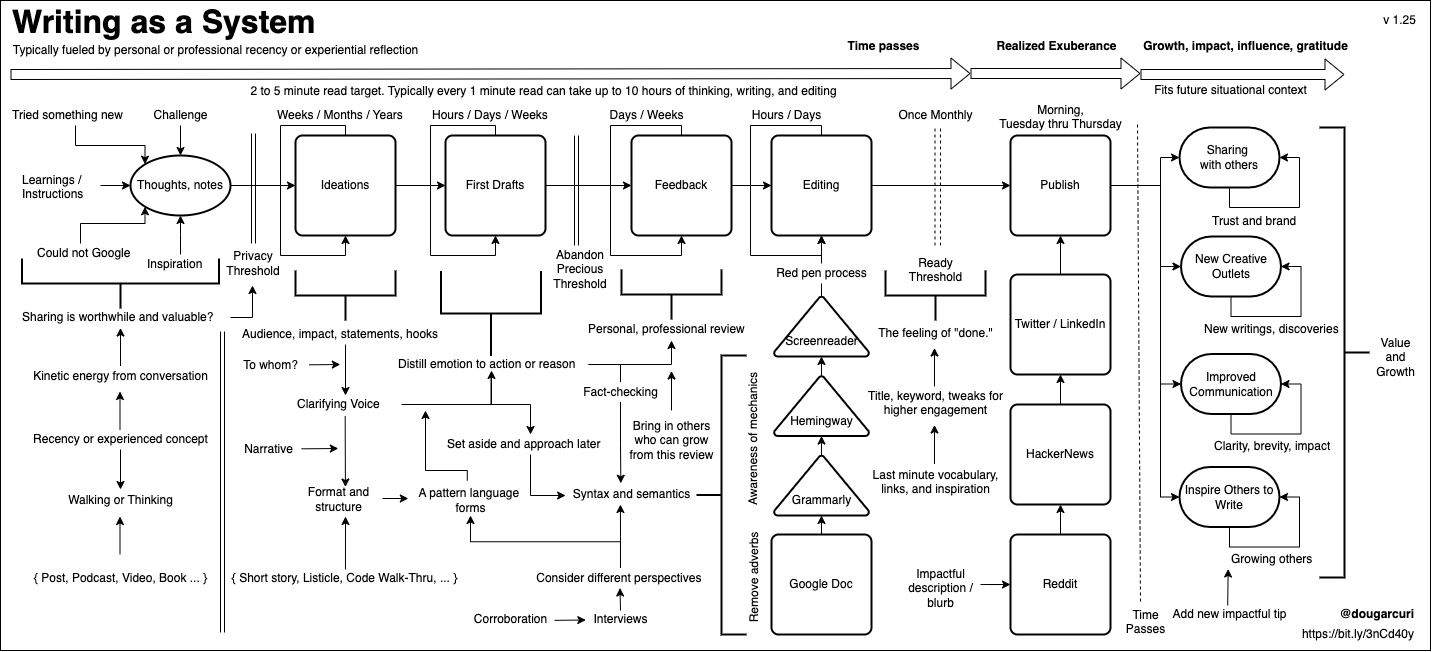
The draw.io diagram mentoring/diagrams/blogging-process.png in solidi/learning-notes, before a commit. Source tidied: cells renumbered, new cells last; positions are measured from the earlier drawing's top-left corner, leaving out a move shared by most shapes.
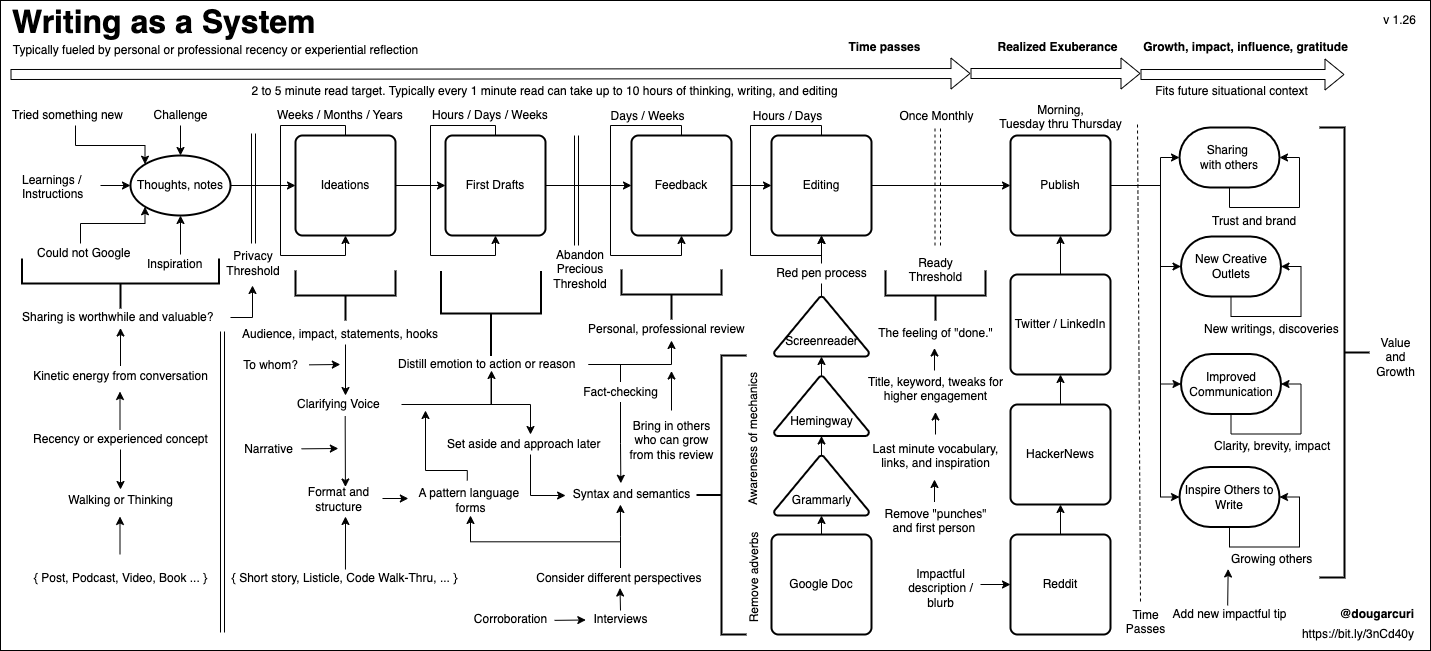
Above is the later version.

Commit message:
Add remove "punches" and first person

The edit, as a diff of the source:
```diff
@@ -369,7 +369,7 @@
       <mxGeometry x="910" y="245" width="50" height="100" as="geometry" />
     </mxCell>
     <mxCell id="93" value="Title, keyword, tweaks for &lt;br&gt;higher engagement" style="text;html=1;align=center;verticalAlign=top;spacingTop=-4;" parent="1" vertex="1">
-      <mxGeometry x="860" y="385.5" width="150" height="30" as="geometry" />
+      <mxGeometry x="860" y="371.5" width="150" height="30" as="geometry" />
     </mxCell>
     <mxCell id="94" style="shape=flexArrow;endArrow=classic;html=1;" parent="1" edge="1">
       <mxGeometry relative="1" as="geometry">
@@ -382,14 +382,8 @@
         <mxPoint x="50" y="-24" as="offset" />
       </mxGeometry>
     </mxCell>
-    <mxCell id="96" style="edgeStyle=orthogonalEdgeStyle;rounded=0;orthogonalLoop=1;jettySize=auto;html=1;exitX=0.5;exitY=0;exitDx=0;exitDy=0;entryX=0.5;entryY=1;entryDx=0;entryDy=0;" parent="1" edge="1">
-      <mxGeometry relative="1" as="geometry">
-        <mxPoint x="934" y="463.5" as="sourcePoint" />
-        <mxPoint x="934" y="424.5" as="targetPoint" />
-      </mxGeometry>
-    </mxCell>
     <mxCell id="97" value="Last minute vocabulary,&lt;br&gt;links, and inspiration" style="text;html=1;align=center;verticalAlign=top;spacingTop=-4;" parent="1" vertex="1">
-      <mxGeometry x="865" y="464.5" width="140" height="30" as="geometry" />
+      <mxGeometry x="865" y="439" width="140" height="30" as="geometry" />
     </mxCell>
     <mxCell id="98" style="endArrow=none;dashed=1;html=1;" parent="1" edge="1">
       <mxGeometry relative="1" as="geometry">
@@ -397,9 +391,9 @@
         <mxPoint x="940" y="125" as="targetPoint" />
       </mxGeometry>
     </mxCell>
-    <mxCell id="99" style="edgeStyle=orthogonalEdgeStyle;rounded=0;orthogonalLoop=1;jettySize=auto;html=1;exitX=0.5;exitY=0;exitDx=0;exitDy=0;entryX=0.5;entryY=1;entryDx=0;entryDy=0;" parent="1" edge="1">
+    <mxCell id="99" style="edgeStyle=orthogonalEdgeStyle;rounded=0;orthogonalLoop=1;jettySize=auto;html=1;entryX=0.5;entryY=1;entryDx=0;entryDy=0;" parent="1" edge="1">
       <mxGeometry relative="1" as="geometry">
-        <mxPoint x="934" y="386" as="sourcePoint" />
+        <mxPoint x="934" y="370" as="sourcePoint" />
         <mxPoint x="934" y="347.5" as="targetPoint" />
       </mxGeometry>
     </mxCell>
@@ -495,7 +489,7 @@
         <mxPoint x="120" y="327.5" as="targetPoint" />
       </mxGeometry>
     </mxCell>
-    <mxCell id="121" value="v 1.25" style="text;html=1;align=center;verticalAlign=middle;" parent="1" vertex="1">
+    <mxCell id="121" value="v 1.26" style="text;html=1;align=center;verticalAlign=middle;" parent="1" vertex="1">
       <mxGeometry x="1369" y="5" width="60" height="30" as="geometry" />
     </mxCell>
     <mxCell id="122" value="Morning,&lt;br&gt;Tuesday thru Thursday" style="text;html=1;align=center;verticalAlign=top;spacingTop=-4;" parent="1" vertex="1">
@@ -618,5 +612,20 @@
         <mxPoint x="585.3" y="619.5" as="targetPoint" />
       </mxGeometry>
     </mxCell>
+    <mxCell id="152" value="Remove &quot;punches&quot;&lt;br&gt;and&amp;nbsp;first person&amp;nbsp;" style="text;html=1;align=center;verticalAlign=top;spacingTop=-4;" parent="1" vertex="1">
+      <mxGeometry x="870" y="504" width="130" height="40" as="geometry" />
+    </mxCell>
+    <mxCell id="153" style="edgeStyle=orthogonalEdgeStyle;rounded=0;orthogonalLoop=1;jettySize=auto;html=1;entryX=0.5;entryY=1;entryDx=0;entryDy=0;" parent="1" edge="1">
+      <mxGeometry relative="1" as="geometry">
+        <mxPoint x="935" y="434" as="sourcePoint" />
+        <mxPoint x="935" y="411.5" as="targetPoint" />
+      </mxGeometry>
+    </mxCell>
+    <mxCell id="154" style="edgeStyle=orthogonalEdgeStyle;rounded=0;orthogonalLoop=1;jettySize=auto;html=1;entryX=0.5;entryY=1;entryDx=0;entryDy=0;" parent="1" edge="1">
+      <mxGeometry relative="1" as="geometry">
+        <mxPoint x="934" y="501.5" as="sourcePoint" />
+        <mxPoint x="934" y="479" as="targetPoint" />
+      </mxGeometry>
+    </mxCell>
   </root>
 </mxGraphModel>
```
